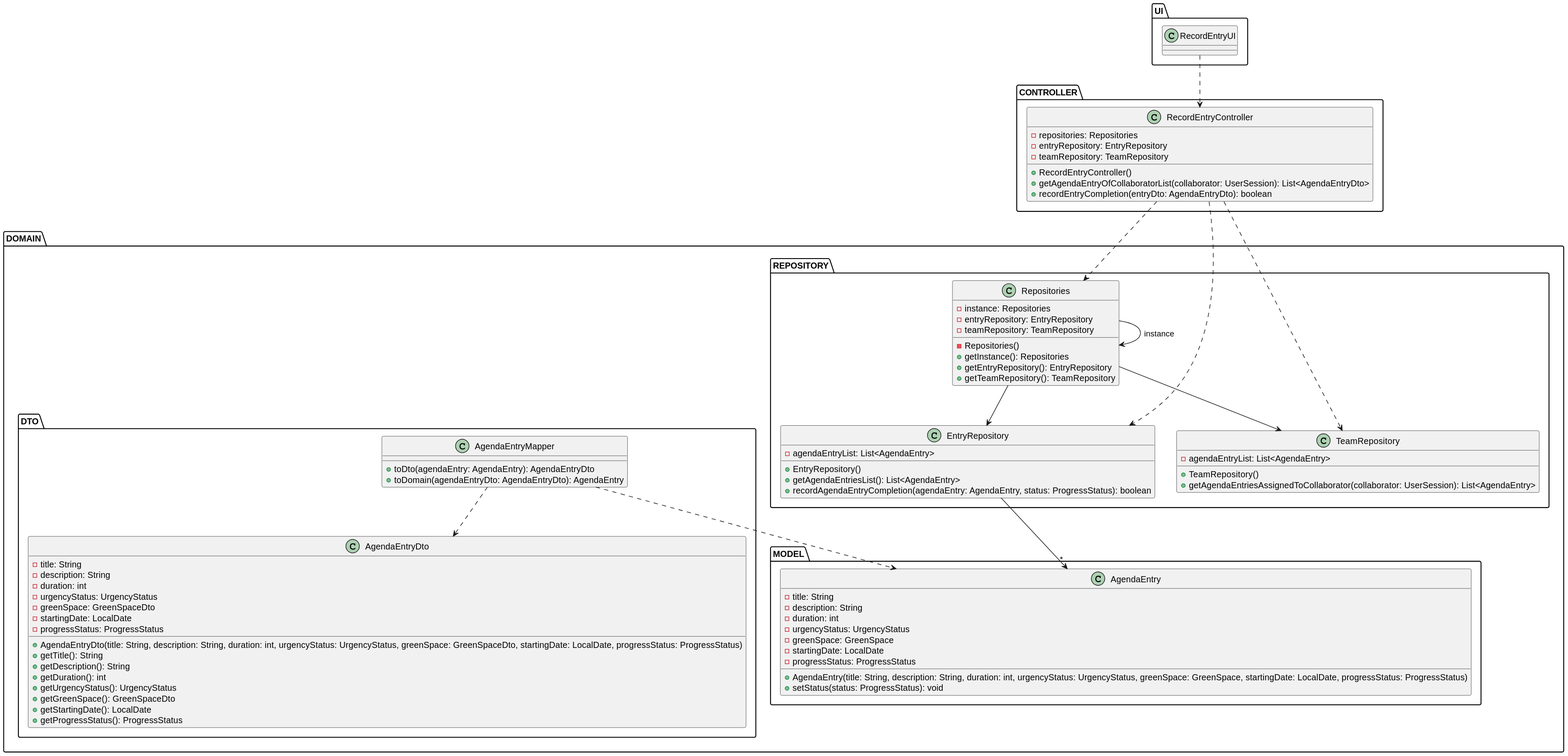
Earlier version of the PlantUML export docs/sprintC/us029/03.design/svg/us029-class-diagram.svg (ricardomm7/leaflink).
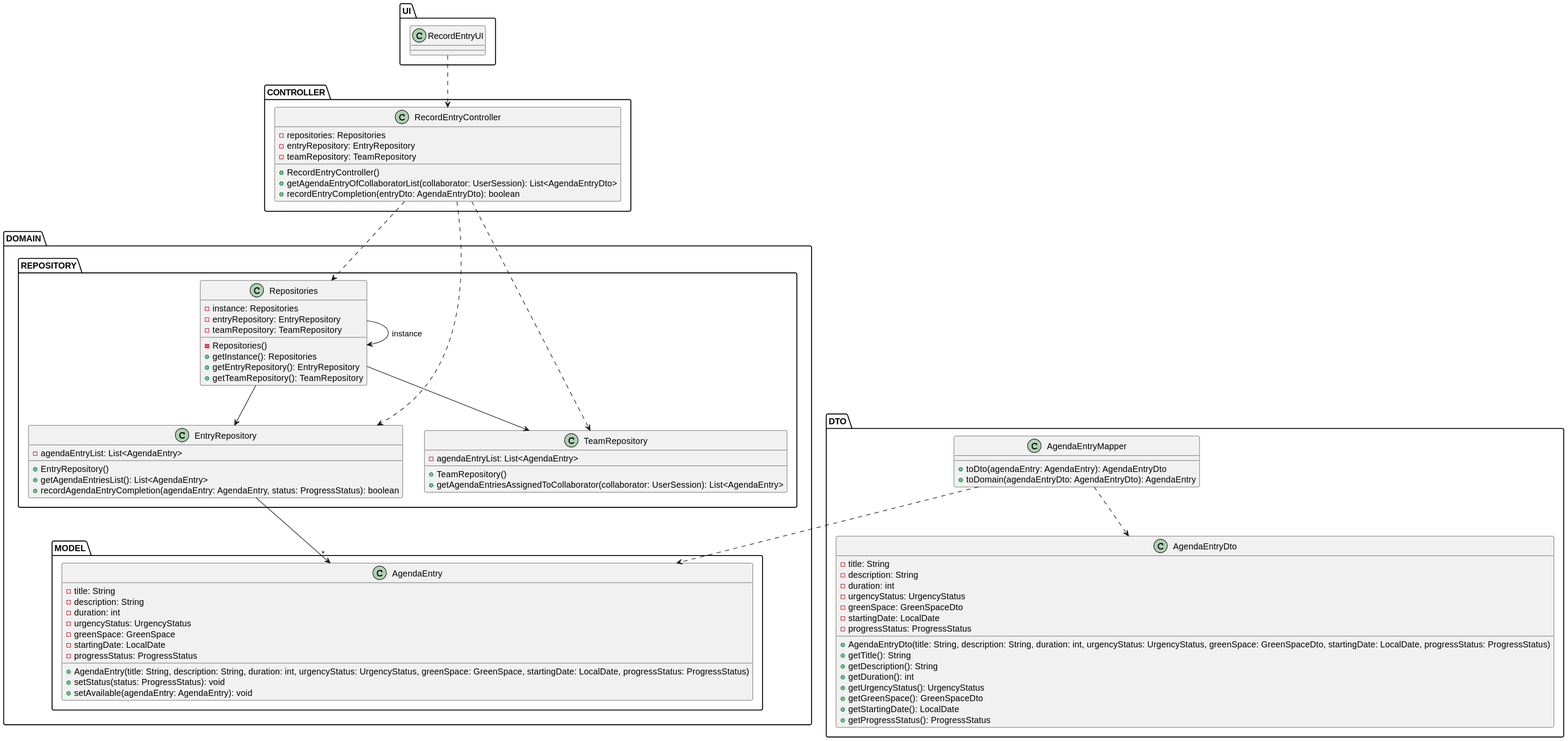
Above is the later version.

The edit, as a diff of the source:
```diff
@@ -43,7 +43,22 @@
         }
     }
 
-    package DTO {
+    package MODEL {
+        class AgendaEntry {
+            - title: String
+            - description: String
+            - duration: int
+            - urgencyStatus: UrgencyStatus
+            - greenSpace: GreenSpace
+            - startingDate: LocalDate
+            - progressStatus: ProgressStatus
+            + AgendaEntry(title: String, description: String, duration: int, urgencyStatus: UrgencyStatus, greenSpace: GreenSpace, startingDate: LocalDate, progressStatus: ProgressStatus)
+            + setStatus(status: ProgressStatus): void
+            + setAvailable(agendaEntry: AgendaEntry): void
+        }
+    }
+}
+package DTO {
         class AgendaEntryMapper {
             + toDto(agendaEntry: AgendaEntry): AgendaEntryDto
             + toDomain(agendaEntryDto: AgendaEntryDto): AgendaEntry
@@ -68,21 +83,6 @@
         }
     }
 
-    package MODEL {
-        class AgendaEntry {
-            - title: String
-            - description: String
-            - duration: int
-            - urgencyStatus: UrgencyStatus
-            - greenSpace: GreenSpace
-            - startingDate: LocalDate
-            - progressStatus: ProgressStatus
-            + AgendaEntry(title: String, description: String, duration: int, urgencyStatus: UrgencyStatus, greenSpace: GreenSpace, startingDate: LocalDate, progressStatus: ProgressStatus)
-            + setStatus(status: ProgressStatus): void
-        }
-    }
-}
-
 RecordEntryUI ..> RecordEntryController
 RecordEntryController ..> Repositories
 Repositories --> Repositories: instance
```
